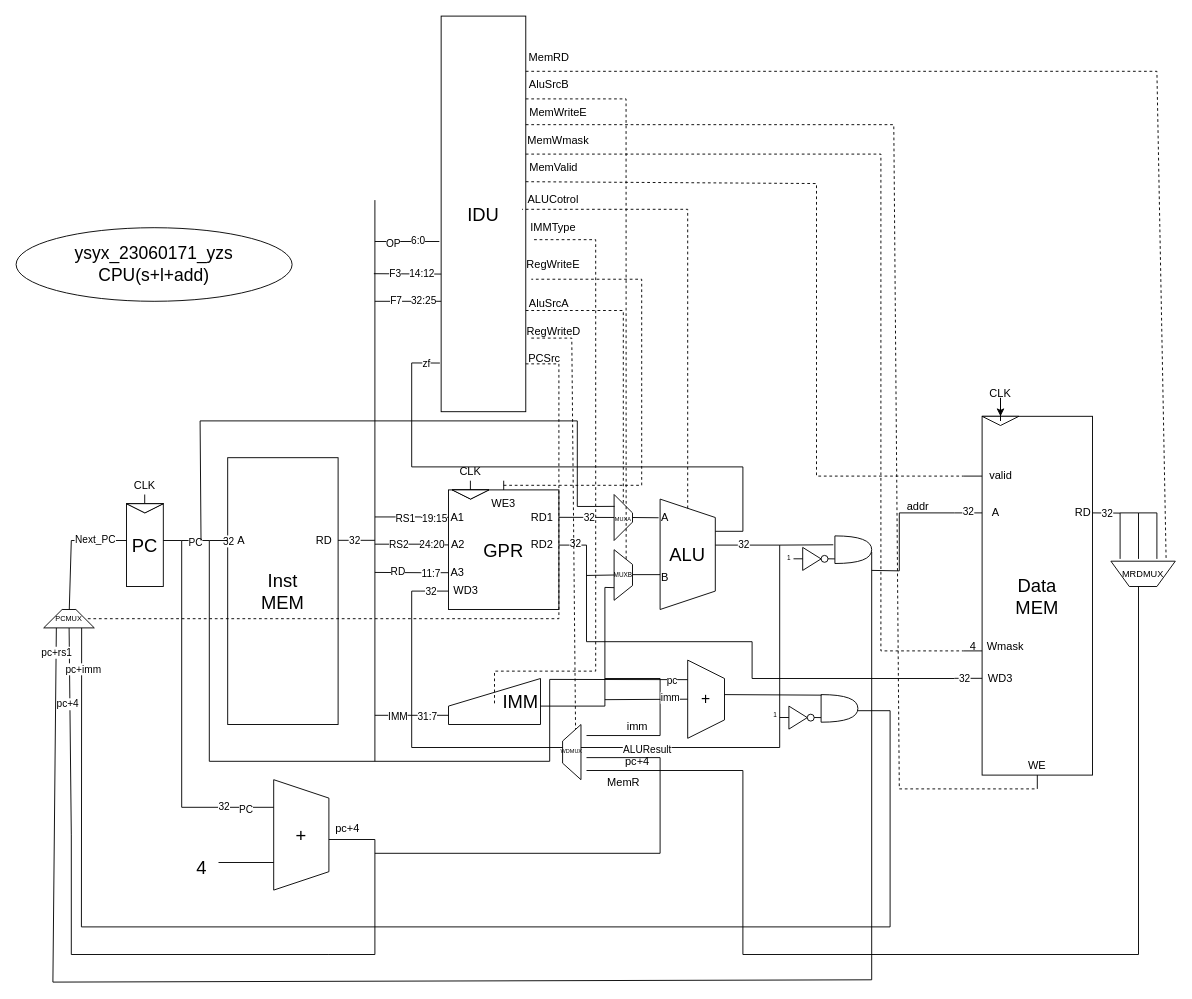
Above: cpu_dummy.drawio in yizishun/cpu_microarchitecture (draw.io), before the change. Source tidied: cells renumbered, new cells numbered last; positions are measured from the earlier drawing's top-left corner, leaving out a move shared by most shapes. Both pictures are drawn from the tidied source at 92%, with x=0, y=0 at pixel (16, 16).
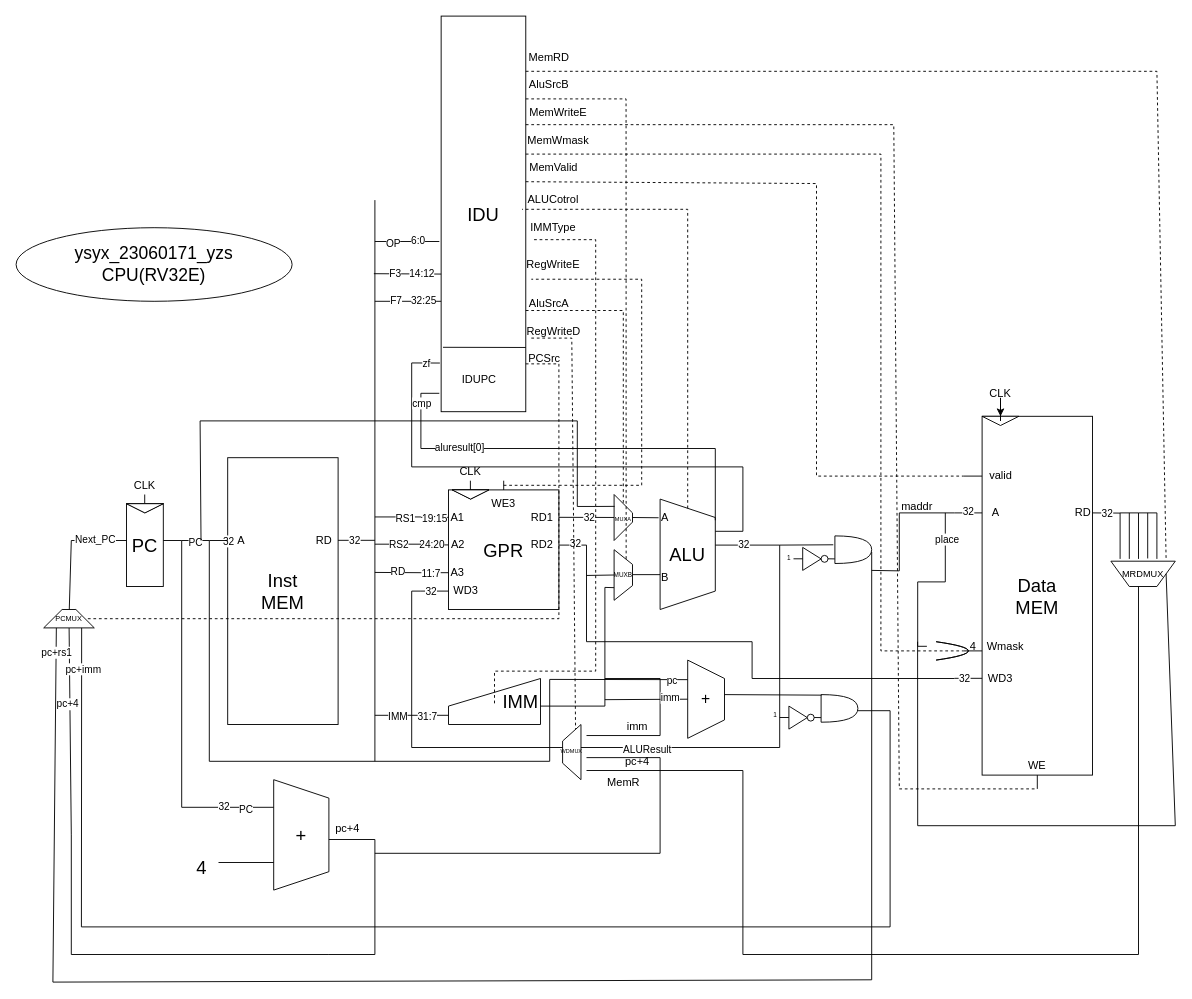
After the change.

Unchanged cells that the change refers to:
```xml
<mxCell id="4" value="IDU" style="rounded=0;whiteSpace=wrap;html=1;fontSize=20;" parent="1" vertex="1">
  <mxGeometry x="462" width="92" height="430" as="geometry" />
</mxCell>
<mxCell id="147" value="MRDMUX" style="shape=trapezoid;perimeter=trapezoidPerimeter;whiteSpace=wrap;html=1;fixedSize=1;direction=west;fontSize=10;" parent="1" vertex="1">
  <mxGeometry x="1190" y="592.5" width="70" height="27.5" as="geometry" />
</mxCell>
```

Change to the diagram source:
```diff
@@
-    <mxCell id="60" value="ysyx_23060171_yzs&lt;br&gt;CPU(s+l+add)" style="ellipse;whiteSpace=wrap;html=1;fontSize=19;" parent="1" vertex="1">
+    <mxCell id="60" value="ysyx_23060171_yzs&lt;br&gt;CPU(RV32E)" style="ellipse;whiteSpace=wrap;html=1;fontSize=19;" parent="1" vertex="1">
       <mxGeometry y="230" width="300" height="80" as="geometry" />
     </mxCell>
@@
-    <mxCell id="128" value="addr" style="text;html=1;align=center;verticalAlign=middle;strokeColor=none;fillColor=none;" parent="1" vertex="1">
-      <mxGeometry x="955" y="518" width="50" height="30" as="geometry" />
+    <mxCell id="128" value="maddr" style="text;html=1;align=center;verticalAlign=middle;strokeColor=none;fillColor=none;" parent="1" vertex="1">
+      <mxGeometry x="949" y="518" width="60" height="30" as="geometry" />
     </mxCell>
@@
+    <mxCell id="171" style="endArrow=none;html=1;rounded=0;" parent="1" edge="1" target="4">
+      <mxGeometry relative="1" as="geometry">
+        <mxPoint x="462" y="368" as="sourcePoint" />
+      </mxGeometry>
+    </mxCell>
+    <mxCell id="172" style="endArrow=none;html=1;rounded=0;" parent="1" edge="1">
+      <mxGeometry relative="1" as="geometry">
+        <mxPoint x="464" y="360" as="sourcePoint" />
+        <mxPoint x="554" y="360.2" as="targetPoint" />
+      </mxGeometry>
+    </mxCell>
+    <mxCell id="173" value="IDUPC" style="text;html=1;align=center;verticalAlign=middle;strokeColor=none;fillColor=none;" parent="1" vertex="1">
+      <mxGeometry x="472.5" y="380" width="60" height="30" as="geometry" />
+    </mxCell>
+    <mxCell id="174" style="endArrow=none;html=1;rounded=0;" parent="1" edge="1">
+      <mxGeometry relative="1" as="geometry">
+        <mxPoint x="1230" y="589.5" as="sourcePoint" />
+        <mxPoint x="1230" y="540" as="targetPoint" />
+      </mxGeometry>
+    </mxCell>
+    <mxCell id="175" style="endArrow=none;html=1;rounded=0;" parent="1" edge="1">
+      <mxGeometry relative="1" as="geometry">
+        <mxPoint x="1210" y="590" as="sourcePoint" />
+        <mxPoint x="1210" y="540" as="targetPoint" />
+      </mxGeometry>
+    </mxCell>
+    <mxCell id="176" style="shape=dataStorage;whiteSpace=wrap;html=1;fixedSize=1;direction=west;size=35;" parent="1" vertex="1">
+      <mxGeometry x="1000" y="680" width="35" height="20" as="geometry" />
+    </mxCell>
+    <mxCell id="177" style="endArrow=none;html=1;rounded=0;" parent="1" edge="1">
+      <mxGeometry relative="1" as="geometry">
+        <mxPoint x="990" y="685" as="sourcePoint" />
+        <mxPoint x="1010" y="540" as="targetPoint" />
+        <Array as="points">
+          <mxPoint x="980" y="685" />
+          <mxPoint x="980" y="615" />
+          <mxPoint x="1010" y="615" />
+        </Array>
+      </mxGeometry>
+    </mxCell>
+    <mxCell id="178" value="place" style="edgeLabel;html=1;align=center;verticalAlign=middle;" parent="177" vertex="1">
+      <mxGeometry x="0.7" y="-1" relative="1" as="geometry" />
+    </mxCell>
+    <mxCell id="179" style="endArrow=none;html=1;rounded=0;exitX=0;exitY=0.5;exitDx=0;exitDy=0;" parent="1" edge="1" source="147">
+      <mxGeometry relative="1" as="geometry">
+        <mxPoint x="979.9" y="680" as="targetPoint" />
+        <Array as="points">
+          <mxPoint x="1260" y="880" />
+          <mxPoint x="980" y="880" />
+        </Array>
+      </mxGeometry>
+    </mxCell>
+    <mxCell id="180" style="endArrow=none;html=1;rounded=0;" parent="1" edge="1">
+      <mxGeometry relative="1" as="geometry">
+        <mxPoint x="760" y="548" as="sourcePoint" />
+        <mxPoint x="460" y="410" as="targetPoint" />
+        <Array as="points">
+          <mxPoint x="760" y="470" />
+          <mxPoint x="440" y="470" />
+          <mxPoint x="440" y="410" />
+        </Array>
+      </mxGeometry>
+    </mxCell>
+    <mxCell id="181" value="cmp" style="edgeLabel;html=1;align=center;verticalAlign=middle;" parent="180" vertex="1">
+      <mxGeometry x="0.96" y="1" relative="1" as="geometry">
+        <mxPoint x="-10" y="11" as="offset" />
+      </mxGeometry>
+    </mxCell>
+    <mxCell id="182" value="aluresult[0]" style="edgeLabel;html=1;align=center;verticalAlign=middle;" parent="180" vertex="1">
+      <mxGeometry x="0.6" y="-2" relative="1" as="geometry">
+        <mxPoint x="25" as="offset" />
+      </mxGeometry>
+    </mxCell>
```
